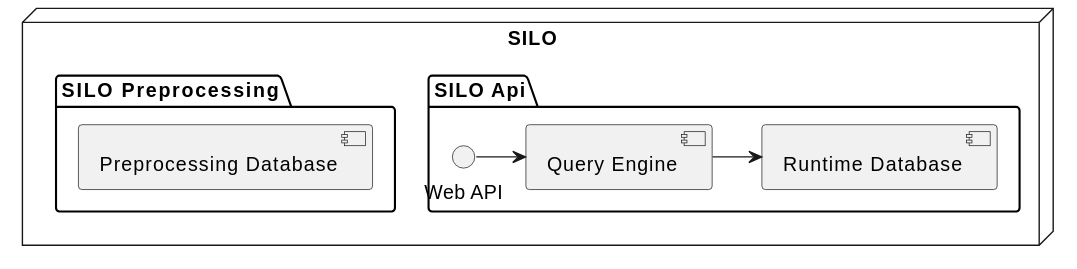
Earlier version of the PlantUML export lapis-docs/src/plantuml/building-block-view.svg (GenSpectrum/LAPIS).
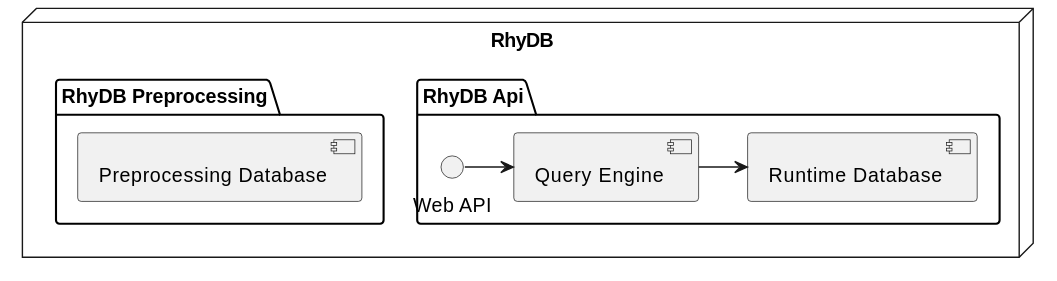
The same file after the commit.

Diff of the diagram source:
```diff
@@ -1,13 +1,13 @@
 @startuml
-node SILO {
-  package "SILO Api" {
+node RhyDB {
+  package "RhyDB Api" {
     component "Query Engine" as query
     component "Runtime Database" as db
     "Web API" -> query
     query -> db
   }
 
-  package "SILO Preprocessing" {
+  package "RhyDB Preprocessing" {
     component "Preprocessing Database"
   }
 }
```
